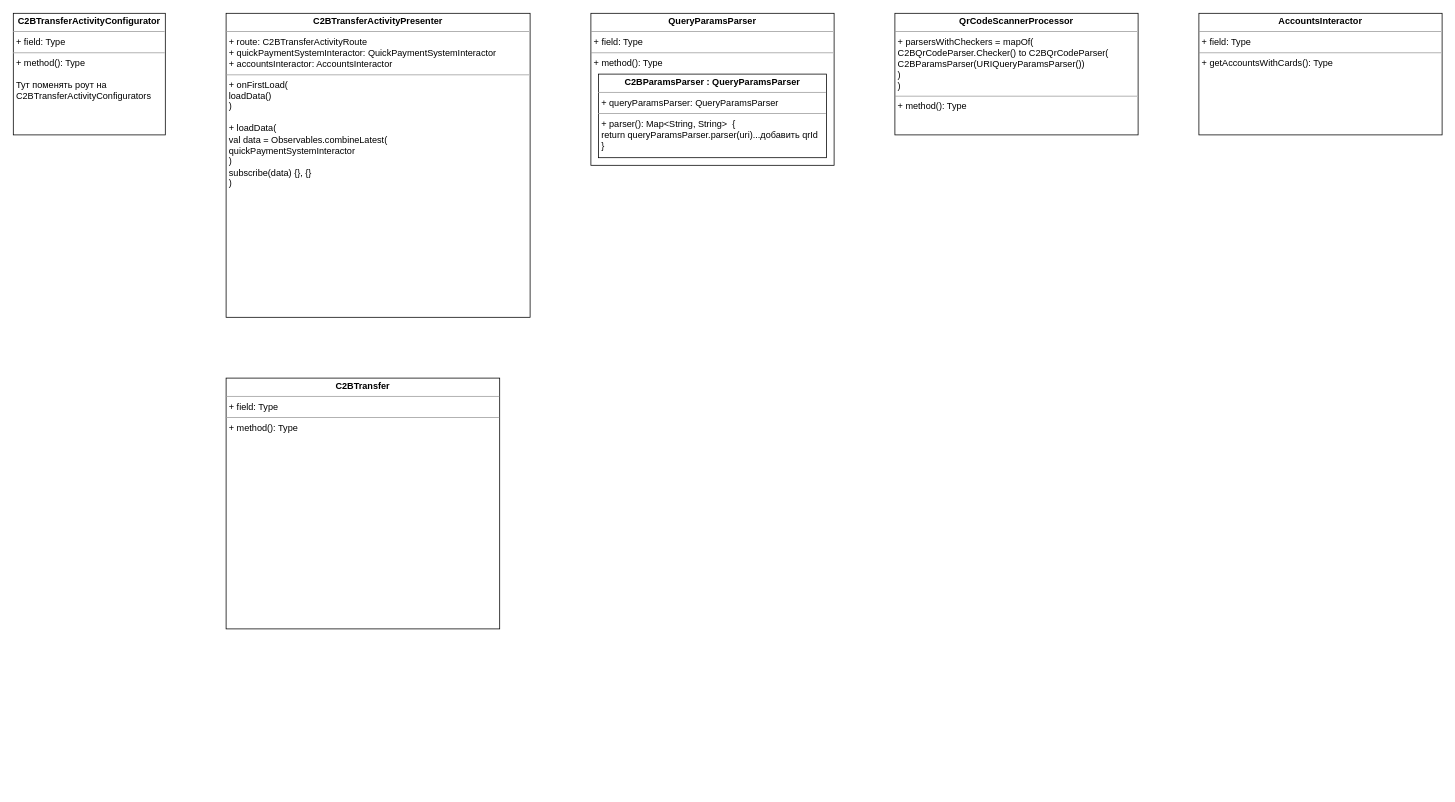
Earlier version of the draw.io diagram UNI-14927.drawio (ShiryaevNikolay/diagrams). Source tidied: cells renumbered, new cells numbered last; positions are measured from the earlier drawing's top-left corner, leaving out a move shared by most shapes. Both pictures are drawn from the tidied source at 76%, with x=0, y=0 at pixel (13, 13).
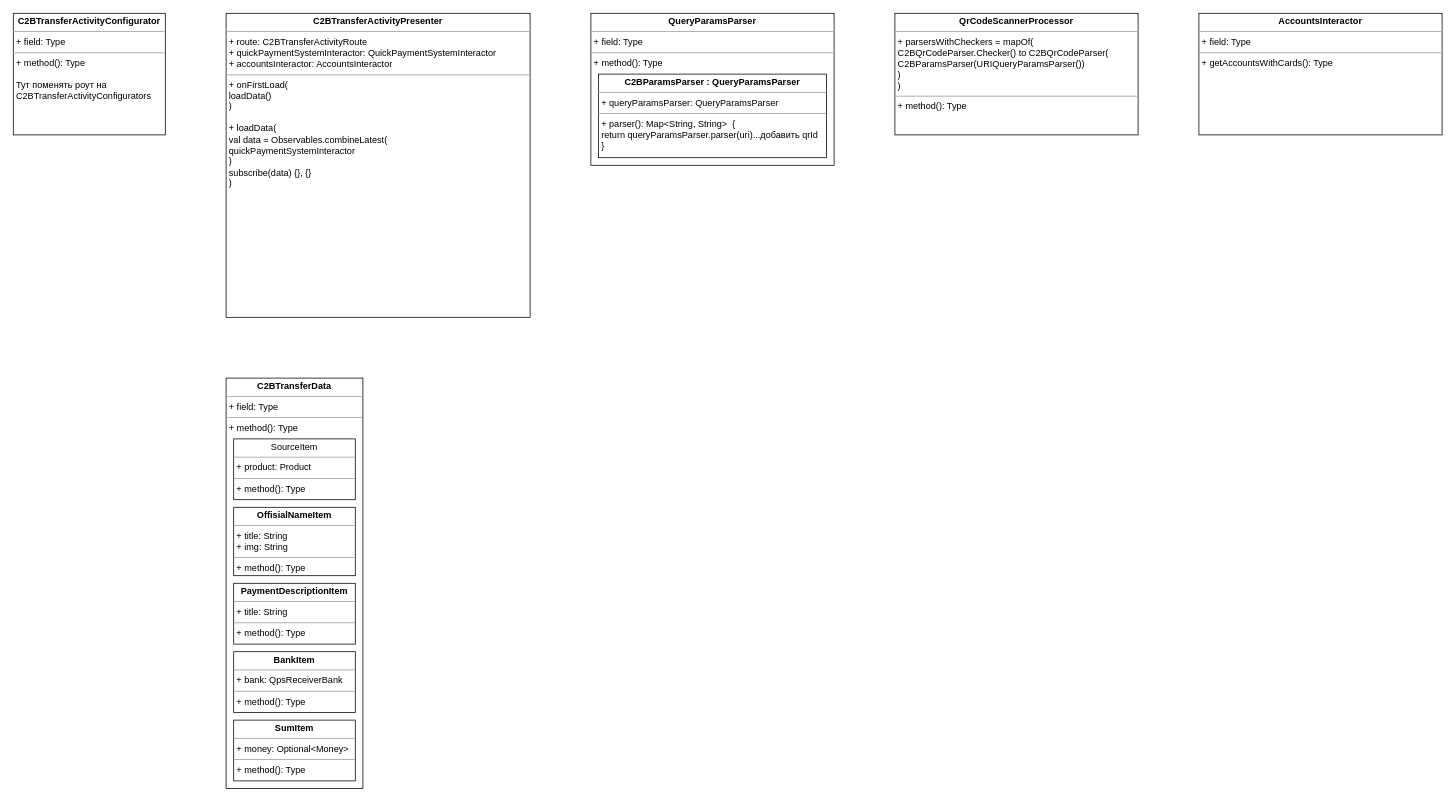
The same page after the edit.

What changed in the source:
```diff
@@
 <mxGraphModel>
   <root>
     <mxCell id="0" />
     <mxCell id="1" parent="0" />
     <mxCell id="2" value="&lt;p style=&quot;margin: 0px ; margin-top: 4px ; text-align: center&quot;&gt;&lt;b&gt;C2BTransferActivityPresenter&lt;/b&gt;&lt;/p&gt;&lt;hr size=&quot;1&quot;&gt;&lt;p style=&quot;margin: 0px ; margin-left: 4px&quot;&gt;+ route: C2BTransferActivityRoute&lt;/p&gt;&lt;p style=&quot;margin: 0px ; margin-left: 4px&quot;&gt;+ quickPaymentSystemInteractor: QuickPaymentSystemInteractor&lt;/p&gt;&lt;p style=&quot;margin: 0px ; margin-left: 4px&quot;&gt;+ accountsInteractor: AccountsInteractor&lt;br&gt;&lt;/p&gt;&lt;hr size=&quot;1&quot;&gt;&lt;p style=&quot;margin: 0px ; margin-left: 4px&quot;&gt;+ onFirstLoad(&lt;/p&gt;&lt;p style=&quot;margin: 0px ; margin-left: 4px&quot;&gt;loadData()&lt;br&gt;&lt;/p&gt;&lt;p style=&quot;margin: 0px ; margin-left: 4px&quot;&gt;)&lt;/p&gt;&lt;p style=&quot;margin: 0px ; margin-left: 4px&quot;&gt;&lt;br&gt;&lt;/p&gt;&lt;p style=&quot;margin: 0px ; margin-left: 4px&quot;&gt;+ loadData(&lt;/p&gt;&lt;p style=&quot;margin: 0px ; margin-left: 4px&quot;&gt;val data = Observables.combineLatest(&lt;/p&gt;&lt;p style=&quot;margin: 0px ; margin-left: 4px&quot;&gt;quickPaymentSystemInteractor&lt;br&gt;&lt;/p&gt;&lt;p style=&quot;margin: 0px ; margin-left: 4px&quot;&gt;)&lt;br&gt;&lt;/p&gt;&lt;p style=&quot;margin: 0px ; margin-left: 4px&quot;&gt;subscribe(data) {}, {}&lt;br&gt;&lt;/p&gt;&lt;p style=&quot;margin: 0px ; margin-left: 4px&quot;&gt;)&lt;br&gt;&lt;/p&gt;" style="verticalAlign=top;align=left;overflow=fill;fontSize=12;fontFamily=Helvetica;html=1;" parent="1" vertex="1">
       <mxGeometry x="280" width="400" height="400" as="geometry" />
     </mxCell>
     <mxCell id="3" value="&lt;p style=&quot;margin: 0px ; margin-top: 4px ; text-align: center&quot;&gt;&lt;b&gt;QueryParamsParser&lt;/b&gt;&lt;/p&gt;&lt;hr size=&quot;1&quot;&gt;&lt;p style=&quot;margin: 0px ; margin-left: 4px&quot;&gt;+ field: Type&lt;/p&gt;&lt;hr size=&quot;1&quot;&gt;&lt;p style=&quot;margin: 0px ; margin-left: 4px&quot;&gt;+ method(): Type&lt;/p&gt;" style="verticalAlign=top;align=left;overflow=fill;fontSize=12;fontFamily=Helvetica;html=1;" parent="1" vertex="1">
       <mxGeometry x="760" width="320" height="200" as="geometry" />
     </mxCell>
     <mxCell id="4" value="&lt;p style=&quot;margin: 0px ; margin-top: 4px ; text-align: center&quot;&gt;&lt;b&gt;C2BParamsParser : QueryParamsParser&lt;br&gt;&lt;/b&gt;&lt;/p&gt;&lt;hr size=&quot;1&quot;&gt;&lt;p style=&quot;margin: 0px ; margin-left: 4px&quot;&gt;+ queryParamsParser: QueryParamsParser&lt;/p&gt;&lt;hr size=&quot;1&quot;&gt;&lt;p style=&quot;margin: 0px ; margin-left: 4px&quot;&gt;+ parser(): Map&amp;lt;String, String&amp;gt;&amp;nbsp; {&lt;/p&gt;&lt;p style=&quot;margin: 0px ; margin-left: 4px&quot;&gt;&lt;span&gt; &lt;/span&gt;return queryParamsParser.parser(uri)...добавить qrId&lt;br&gt;&lt;/p&gt;&lt;p style=&quot;margin: 0px ; margin-left: 4px&quot;&gt;}&lt;br&gt;&lt;/p&gt;" style="verticalAlign=top;align=left;overflow=fill;fontSize=12;fontFamily=Helvetica;html=1;" parent="1" vertex="1">
       <mxGeometry x="770" y="80" width="300" height="110" as="geometry" />
     </mxCell>
     <mxCell id="5" value="&lt;p style=&quot;margin: 0px ; margin-top: 4px ; text-align: center&quot;&gt;&lt;b&gt;QrCodeScannerProcessor&lt;/b&gt;&lt;/p&gt;&lt;hr size=&quot;1&quot;&gt;&lt;p style=&quot;margin: 0px ; margin-left: 4px&quot;&gt;+ parsersWithCheckers = mapOf(&lt;/p&gt;&lt;p style=&quot;margin: 0px ; margin-left: 4px&quot;&gt;C2BQrCodeParser.Checker() to C2BQrCodeParser(&lt;/p&gt;&lt;p style=&quot;margin: 0px ; margin-left: 4px&quot;&gt;C2BParamsParser(URIQueryParamsParser())&lt;br&gt;&lt;/p&gt;&lt;p style=&quot;margin: 0px ; margin-left: 4px&quot;&gt;)&lt;br&gt;&lt;/p&gt;&lt;p style=&quot;margin: 0px ; margin-left: 4px&quot;&gt;)&lt;br&gt;&lt;/p&gt;&lt;hr size=&quot;1&quot;&gt;&lt;p style=&quot;margin: 0px ; margin-left: 4px&quot;&gt;+ method(): Type&lt;/p&gt;" style="verticalAlign=top;align=left;overflow=fill;fontSize=12;fontFamily=Helvetica;html=1;" parent="1" vertex="1">
       <mxGeometry x="1160" width="320" height="160" as="geometry" />
     </mxCell>
     <mxCell id="6" value="&lt;p style=&quot;margin: 0px ; margin-top: 4px ; text-align: center&quot;&gt;&lt;b&gt;C2BTransferActivityConfigurator&lt;/b&gt;&lt;/p&gt;&lt;hr size=&quot;1&quot;&gt;&lt;p style=&quot;margin: 0px ; margin-left: 4px&quot;&gt;+ field: Type&lt;/p&gt;&lt;hr size=&quot;1&quot;&gt;&lt;p style=&quot;margin: 0px ; margin-left: 4px&quot;&gt;+ method(): Type&lt;/p&gt;&lt;p style=&quot;margin: 0px ; margin-left: 4px&quot;&gt;&lt;br&gt;&lt;/p&gt;&lt;p style=&quot;margin: 0px ; margin-left: 4px&quot;&gt;Тут поменять роут на &lt;br&gt;&lt;/p&gt;&lt;p style=&quot;margin: 0px ; margin-left: 4px&quot;&gt;C2BTransferActivityConfigurators&lt;br&gt;&lt;/p&gt;" style="verticalAlign=top;align=left;overflow=fill;fontSize=12;fontFamily=Helvetica;html=1;" parent="1" vertex="1">
       <mxGeometry width="200" height="160" as="geometry" />
     </mxCell>
     <mxCell id="7" value="&lt;p style=&quot;margin: 0px ; margin-top: 4px ; text-align: center&quot;&gt;&lt;b&gt;AccountsInteractor&lt;/b&gt;&lt;/p&gt;&lt;hr size=&quot;1&quot;&gt;&lt;p style=&quot;margin: 0px ; margin-left: 4px&quot;&gt;+ field: Type&lt;/p&gt;&lt;hr size=&quot;1&quot;&gt;&lt;p style=&quot;margin: 0px ; margin-left: 4px&quot;&gt;+ getAccountsWithCards(): Type&lt;/p&gt;" style="verticalAlign=top;align=left;overflow=fill;fontSize=12;fontFamily=Helvetica;html=1;" parent="1" vertex="1">
       <mxGeometry x="1560" width="320" height="160" as="geometry" />
     </mxCell>
-    <mxCell id="8" value="&lt;p style=&quot;margin: 0px ; margin-top: 4px ; text-align: center&quot;&gt;&lt;b&gt;C2BTransfer&lt;/b&gt;&lt;/p&gt;&lt;hr size=&quot;1&quot;&gt;&lt;p style=&quot;margin: 0px ; margin-left: 4px&quot;&gt;+ field: Type&lt;/p&gt;&lt;hr size=&quot;1&quot;&gt;&lt;p style=&quot;margin: 0px ; margin-left: 4px&quot;&gt;+ method(): Type&lt;/p&gt;" style="verticalAlign=top;align=left;overflow=fill;fontSize=12;fontFamily=Helvetica;html=1;" parent="1" vertex="1">
-      <mxGeometry x="280" y="480" width="360" height="330" as="geometry" />
+    <mxCell id="8" value="&lt;p style=&quot;margin: 0px ; margin-top: 4px ; text-align: center&quot;&gt;&lt;b&gt;C2BTransferData&lt;/b&gt;&lt;/p&gt;&lt;hr size=&quot;1&quot;&gt;&lt;p style=&quot;margin: 0px ; margin-left: 4px&quot;&gt;+ field: Type&lt;/p&gt;&lt;hr size=&quot;1&quot;&gt;&lt;p style=&quot;margin: 0px ; margin-left: 4px&quot;&gt;+ method(): Type&lt;/p&gt;" style="verticalAlign=top;align=left;overflow=fill;fontSize=12;fontFamily=Helvetica;html=1;" parent="1" vertex="1">
+      <mxGeometry x="280" y="480" width="180" height="540" as="geometry" />
     </mxCell>
+    <mxCell id="9" value="&lt;p style=&quot;margin: 0px ; margin-top: 4px ; text-align: center&quot;&gt;&lt;b&gt;BankItem&lt;/b&gt;&lt;/p&gt;&lt;hr size=&quot;1&quot;&gt;&lt;p style=&quot;margin: 0px ; margin-left: 4px&quot;&gt;+ bank: QpsReceiverBank&lt;/p&gt;&lt;hr size=&quot;1&quot;&gt;&lt;p style=&quot;margin: 0px ; margin-left: 4px&quot;&gt;+ method(): Type&lt;/p&gt;" style="verticalAlign=top;align=left;overflow=fill;fontSize=12;fontFamily=Helvetica;html=1;" parent="1" vertex="1">
+      <mxGeometry x="290" y="840" width="160" height="80" as="geometry" />
+    </mxCell>
+    <mxCell id="10" value="&lt;p style=&quot;margin: 0px ; margin-top: 4px ; text-align: center&quot;&gt;&lt;b&gt;OffisialNameItem&lt;/b&gt;&lt;/p&gt;&lt;hr size=&quot;1&quot;&gt;&lt;p style=&quot;margin: 0px ; margin-left: 4px&quot;&gt;+ title: String&lt;/p&gt;&lt;p style=&quot;margin: 0px ; margin-left: 4px&quot;&gt;+ img: String&lt;br&gt;&lt;/p&gt;&lt;hr size=&quot;1&quot;&gt;&lt;p style=&quot;margin: 0px ; margin-left: 4px&quot;&gt;+ method(): Type&lt;/p&gt;" style="verticalAlign=top;align=left;overflow=fill;fontSize=12;fontFamily=Helvetica;html=1;" parent="1" vertex="1">
+      <mxGeometry x="290" y="650" width="160" height="90" as="geometry" />
+    </mxCell>
+    <mxCell id="11" value="&lt;p style=&quot;margin: 0px ; margin-top: 4px ; text-align: center&quot;&gt;&lt;b&gt;PaymentDescriptionItem&lt;/b&gt;&lt;/p&gt;&lt;hr size=&quot;1&quot;&gt;&lt;p style=&quot;margin: 0px ; margin-left: 4px&quot;&gt;+ title: String&lt;/p&gt;&lt;hr size=&quot;1&quot;&gt;&lt;p style=&quot;margin: 0px ; margin-left: 4px&quot;&gt;+ method(): Type&lt;/p&gt;" style="verticalAlign=top;align=left;overflow=fill;fontSize=12;fontFamily=Helvetica;html=1;" parent="1" vertex="1">
+      <mxGeometry x="290" y="750" width="160" height="80" as="geometry" />
+    </mxCell>
+    <mxCell id="12" value="&lt;p style=&quot;margin: 0px ; margin-top: 4px ; text-align: center&quot;&gt;SourceItem&lt;/p&gt;&lt;hr size=&quot;1&quot;&gt;&lt;p style=&quot;margin: 0px ; margin-left: 4px&quot;&gt;+ product: Product&lt;/p&gt;&lt;hr size=&quot;1&quot;&gt;&lt;p style=&quot;margin: 0px ; margin-left: 4px&quot;&gt;+ method(): Type&lt;/p&gt;" style="verticalAlign=top;align=left;overflow=fill;fontSize=12;fontFamily=Helvetica;html=1;" parent="1" vertex="1">
+      <mxGeometry x="290" y="560" width="160" height="80" as="geometry" />
+    </mxCell>
+    <mxCell id="13" value="&lt;p style=&quot;margin: 0px ; margin-top: 4px ; text-align: center&quot;&gt;&lt;b&gt;SumItem&lt;/b&gt;&lt;/p&gt;&lt;hr size=&quot;1&quot;&gt;&lt;p style=&quot;margin: 0px ; margin-left: 4px&quot;&gt;+ money: Optional&amp;lt;Money&amp;gt;&lt;/p&gt;&lt;hr size=&quot;1&quot;&gt;&lt;p style=&quot;margin: 0px ; margin-left: 4px&quot;&gt;+ method(): Type&lt;/p&gt;" style="verticalAlign=top;align=left;overflow=fill;fontSize=12;fontFamily=Helvetica;html=1;" parent="1" vertex="1">
+      <mxGeometry x="290" y="930" width="160" height="80" as="geometry" />
+    </mxCell>
   </root>
 </mxGraphModel>
```
